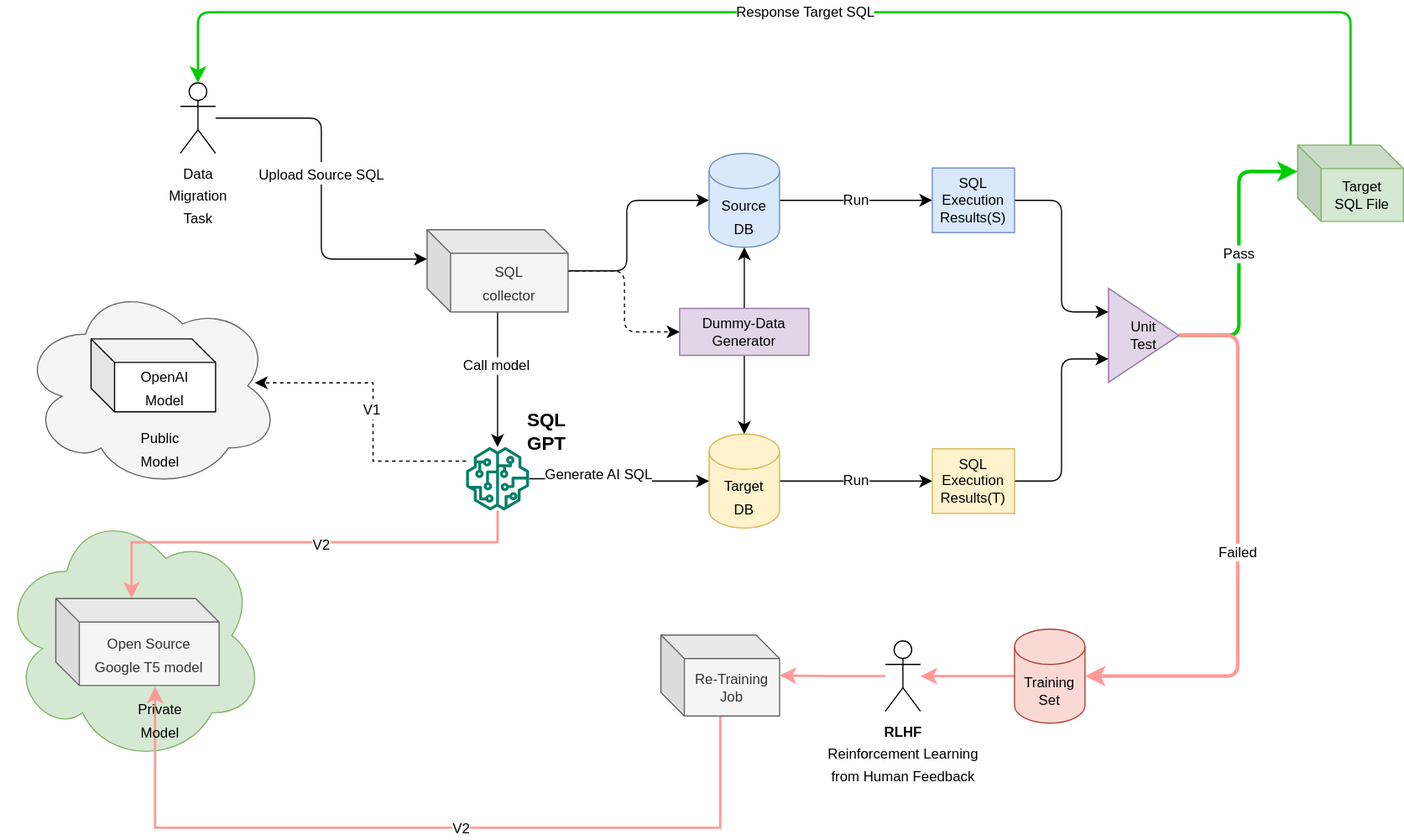
Above: docs/sqlgbt.drawio.svg in neuesql/sqlgpt (draw.io), before the change. Source tidied: cells renumbered, new cells last; positions are measured from the earlier drawing's top-left corner, leaving out a move shared by most shapes.
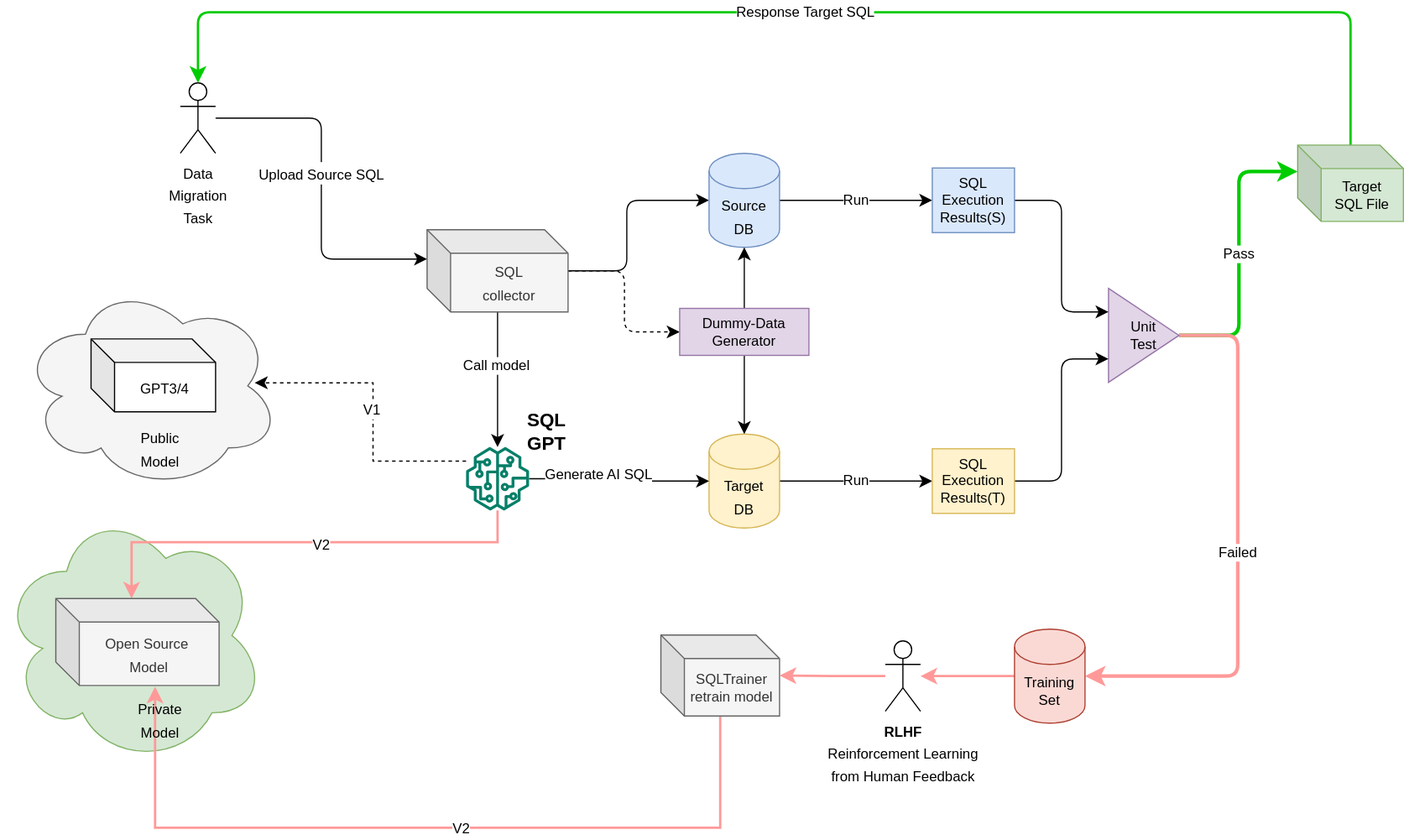
After the change.

Commit message:
update model by GPT

What changed in the source:
```diff
@@ -106,7 +106,7 @@
     <mxCell id="27" value="V2" style="edgeLabel;html=1;align=center;verticalAlign=middle;fontSize=12;" parent="26" vertex="1">
       <mxGeometry x="-0.09" relative="1" as="geometry" />
     </mxCell>
-    <mxCell id="28" value="Re-Training &lt;br&gt;Job" style="shape=cube;whiteSpace=wrap;html=1;boundedLbl=1;backgroundOutline=1;darkOpacity=0.05;darkOpacity2=0.1;fontSize=12;fillColor=#f5f5f5;fontColor=#333333;strokeColor=#666666;" parent="1" vertex="1">
+    <mxCell id="28" value="SQLTrainer&lt;br&gt;retrain model&lt;br&gt;" style="shape=cube;whiteSpace=wrap;html=1;boundedLbl=1;backgroundOutline=1;darkOpacity=0.05;darkOpacity2=0.1;fontSize=12;fillColor=#f5f5f5;fontColor=#333333;strokeColor=#666666;" parent="1" vertex="1">
       <mxGeometry x="562" y="530" width="101" height="69" as="geometry" />
     </mxCell>
     <mxCell id="29" value="Pass" style="edgeStyle=elbowEdgeStyle;rounded=1;jettySize=auto;html=1;entryX=0;entryY=0;entryDx=0;entryDy=22.5;entryPerimeter=0;fontSize=12;startSize=8;endSize=8;elbow=horizontal;strokeWidth=3;strokeColor=#00CC00;" parent="1" edge="1" source="31" target="37">
@@ -157,10 +157,10 @@
     <mxCell id="41" value="&lt;font style=&quot;font-size: 12px;&quot;&gt;&lt;b&gt;RLHF&lt;/b&gt;&lt;br&gt;Reinforcement Learning &lt;br&gt;from Human Feedback&lt;br&gt;&lt;/font&gt;" style="shape=umlActor;verticalLabelPosition=bottom;verticalAlign=top;html=1;outlineConnect=0;fontSize=16;" parent="1" vertex="1">
       <mxGeometry x="753" y="535" width="30" height="60" as="geometry" />
     </mxCell>
-    <mxCell id="42" value="&lt;font style=&quot;font-size: 12px;&quot;&gt;OpenAI&lt;br&gt;Model&lt;/font&gt;" style="shape=cube;whiteSpace=wrap;html=1;boundedLbl=1;backgroundOutline=1;darkOpacity=0.05;darkOpacity2=0.1;fontSize=16;" parent="1" vertex="1">
+    <mxCell id="42" value="&lt;span style=&quot;font-size: 12px;&quot;&gt;GPT3/4&lt;br&gt;&lt;/span&gt;" style="shape=cube;whiteSpace=wrap;html=1;boundedLbl=1;backgroundOutline=1;darkOpacity=0.05;darkOpacity2=0.1;fontSize=16;" parent="1" vertex="1">
       <mxGeometry x="77" y="278" width="106" height="62" as="geometry" />
     </mxCell>
-    <mxCell id="43" value="&lt;font style=&quot;font-size: 12px;&quot;&gt;Open Source&lt;br&gt;Google T5 model&lt;/font&gt;" style="shape=cube;whiteSpace=wrap;html=1;boundedLbl=1;backgroundOutline=1;darkOpacity=0.05;darkOpacity2=0.1;fontSize=16;fillColor=#f5f5f5;strokeColor=#666666;fontColor=#333333;" parent="1" vertex="1">
+    <mxCell id="43" value="&lt;font style=&quot;font-size: 12px;&quot;&gt;Open Source&amp;nbsp;&lt;br&gt;Model&lt;/font&gt;" style="shape=cube;whiteSpace=wrap;html=1;boundedLbl=1;backgroundOutline=1;darkOpacity=0.05;darkOpacity2=0.1;fontSize=16;fillColor=#f5f5f5;strokeColor=#666666;fontColor=#333333;" parent="1" vertex="1">
       <mxGeometry x="47" y="499" width="139" height="74" as="geometry" />
     </mxCell>
     <mxCell id="44" value="&lt;font style=&quot;font-size: 12px;&quot;&gt;Public Model&lt;/font&gt;" style="text;html=1;strokeColor=none;fillColor=none;align=center;verticalAlign=middle;whiteSpace=wrap;rounded=0;fontSize=16;" parent="1" vertex="1">
```
